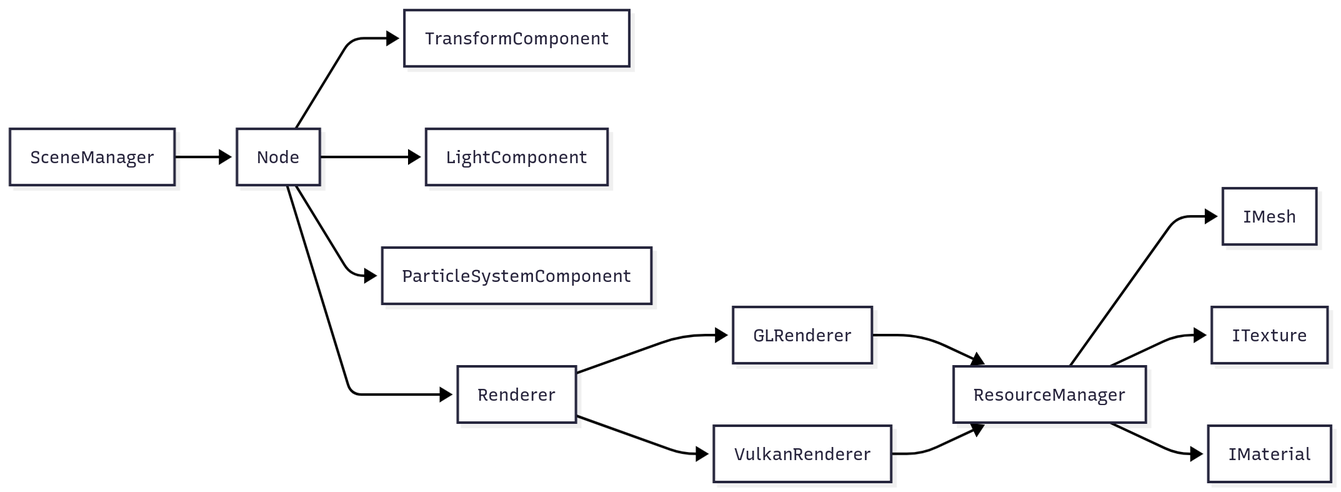
Above: figures/uml_scene_renderer.png in Fuwuffyi/thesis-project-tex (Mermaid), before the change. Its source is kept beside it as figures/uml_scene_renderer.mermaid.
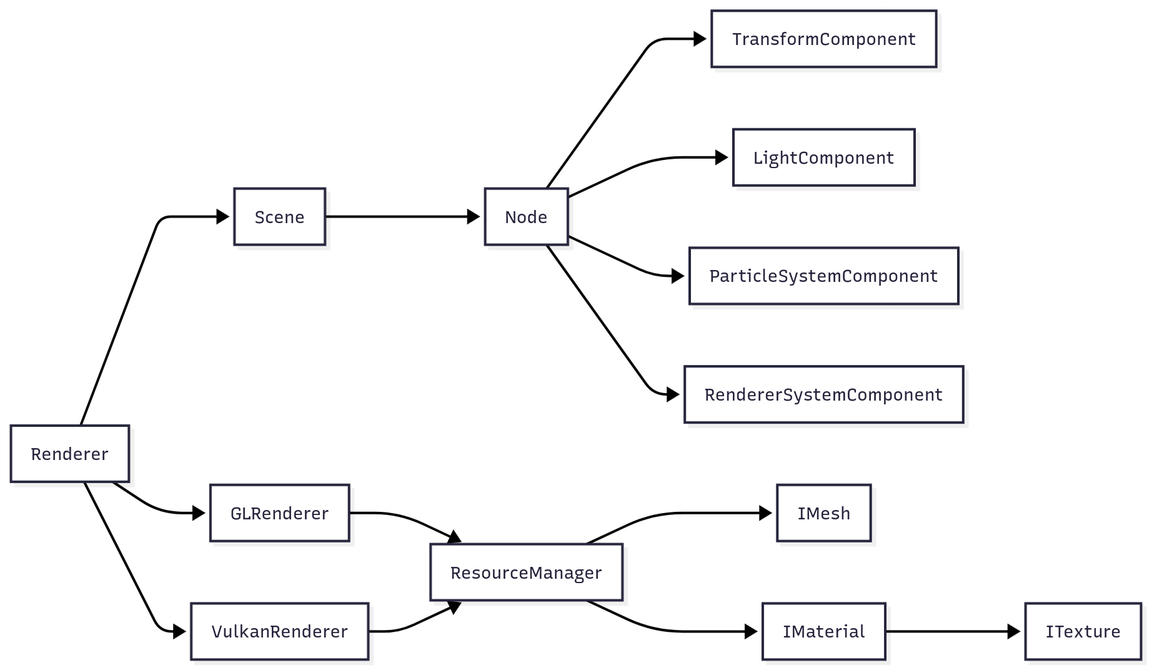
Later version of the same file.

Diff of the diagram source:
```diff
@@ -1,12 +1,14 @@
 graph LR
-    SceneManager --> Node
+    Scene --> Node
     Node --> TransformComponent
     Node --> LightComponent
     Node --> ParticleSystemComponent
-    Node --> Renderer
+    Node --> RendererSystemComponent
+    Renderer --> Scene
     Renderer --> GLRenderer
     Renderer --> VulkanRenderer
     GLRenderer --> ResourceManager
     VulkanRenderer --> ResourceManager
     ResourceManager --> IMesh
-    ResourceManager --> ITexture
+    ResourceManager --> IMaterial
+    IMaterial --> ITexture
```
